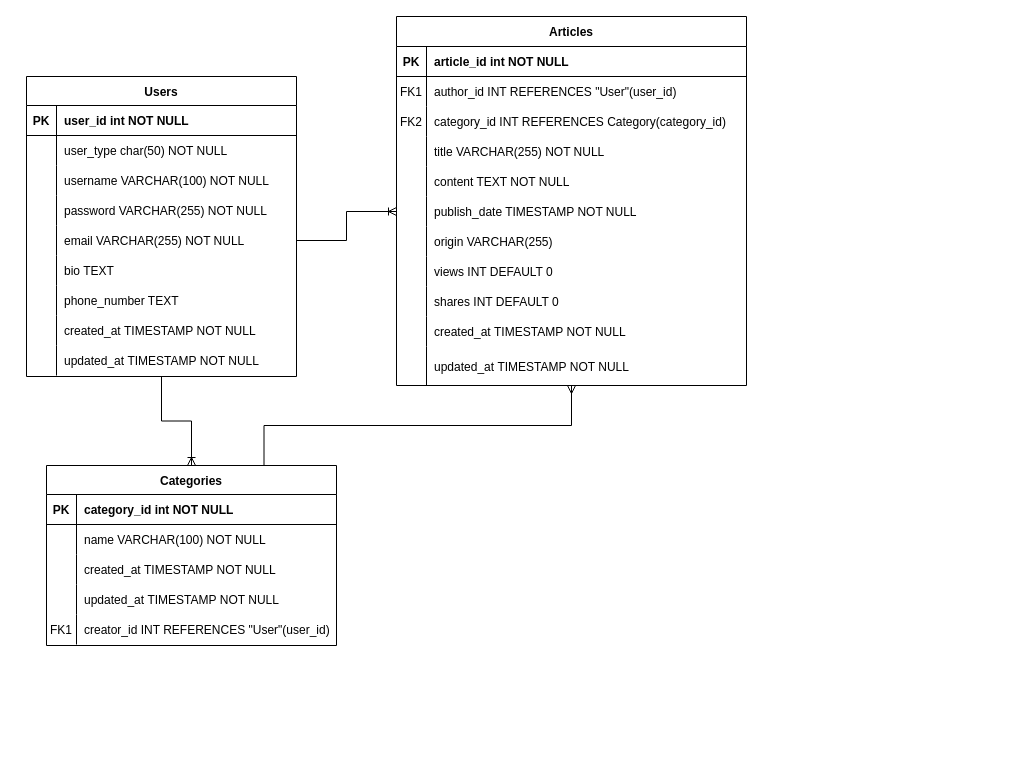
Before: mcd-blog.drawio in MaxR522/draw, a draw.io diagram. Source tidied: cells renumbered, new cells numbered last; positions are measured from the earlier drawing's top-left corner, leaving out a move shared by most shapes. Both pictures are drawn from the tidied source at 100%, with x=0, y=0 at pixel (26, 16).
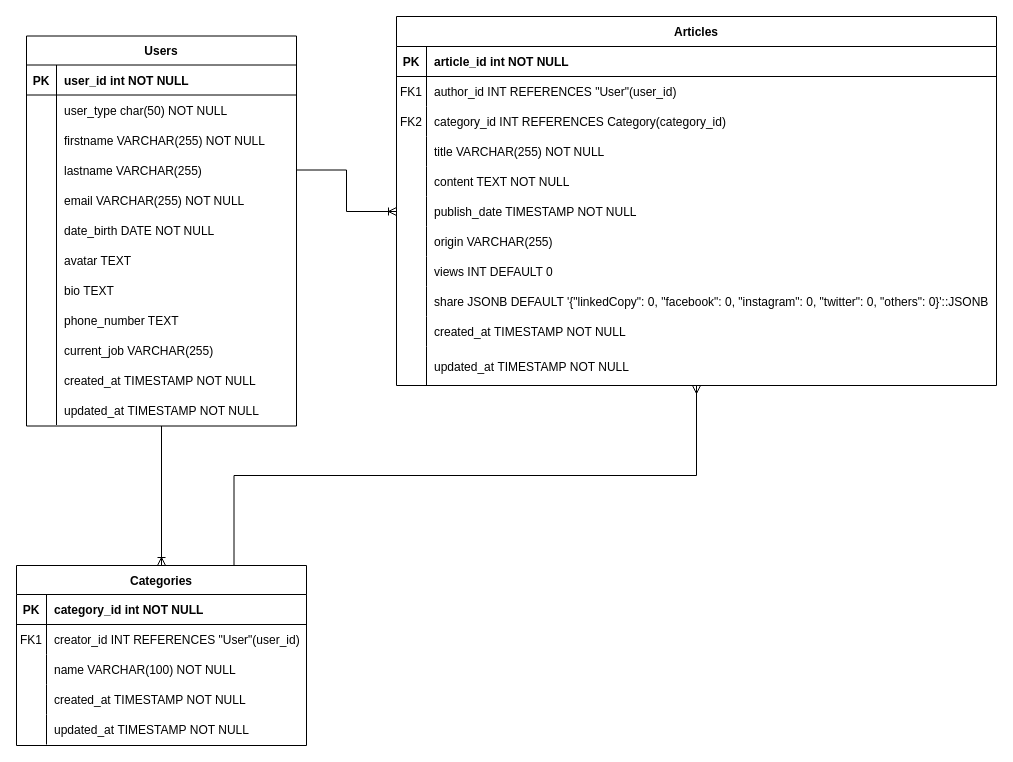
The same page after the edit.

Commit message:
improve entities column

The change refers to these unchanged cells:
```xml
<mxCell id="10" style="shape=partialRectangle;fillColor=none;top=0;left=0;right=0;bottom=0;" parent="3" vertex="1">
  <mxGeometry y="89" width="270" height="30" as="geometry" />
</mxCell>
```

The edit, as a diff of the source:
```diff
@@
     <mxCell id="3" value="Users" style="shape=table;startSize=29;childLayout=tableLayout;rowLines=0;fontStyle=1;align=center;resizeLastRow=0;" parent="1" vertex="1">
-      <mxGeometry y="60" width="270" height="300" as="geometry" />
+      <mxGeometry y="19.5" width="270" height="390" as="geometry" />
     </mxCell>
@@
-    <mxCell id="12" value="username VARCHAR(100) NOT NULL" style="shape=partialRectangle;overflow=hidden;fillColor=none;top=0;left=0;bottom=0;right=0;align=left;spacingLeft=6;" parent="10" vertex="1">
+    <mxCell id="12" value="firstname VARCHAR(255) NOT NULL" style="shape=partialRectangle;overflow=hidden;fillColor=none;top=0;left=0;bottom=0;right=0;align=left;spacingLeft=6;" parent="10" vertex="1">
       <mxGeometry x="30" width="240" height="30" as="geometry" />
     </mxCell>
-    <mxCell id="13" style="shape=partialRectangle;fillColor=none;top=0;left=0;right=0;bottom=0;" parent="3" vertex="1">
-      <mxGeometry y="119" width="270" height="30" as="geometry" />
-    </mxCell>
-    <mxCell id="14" style="shape=partialRectangle;overflow=hidden;fillColor=none;top=0;left=0;bottom=0;right=0;" parent="13" vertex="1">
-      <mxGeometry width="30" height="30" as="geometry" />
-    </mxCell>
-    <mxCell id="15" value="password VARCHAR(255) NOT NULL" style="shape=partialRectangle;overflow=hidden;fillColor=none;top=0;left=0;bottom=0;right=0;align=left;spacingLeft=6;" parent="13" vertex="1">
-      <mxGeometry x="30" width="240" height="30" as="geometry" />
-    </mxCell>
     <mxCell id="16" style="shape=partialRectangle;fillColor=none;points=[[0,0.5],[1,0.5]];portConstraint=eastwest;top=0;left=0;right=0;bottom=0;" parent="3" vertex="1">
-      <mxGeometry y="149" width="270" height="30" as="geometry" />
+      <mxGeometry y="119" width="270" height="30" as="geometry" />
     </mxCell>
@@
-    <mxCell id="18" value="email VARCHAR(255) NOT NULL" style="shape=partialRectangle;overflow=hidden;fillColor=none;top=0;left=0;bottom=0;right=0;align=left;spacingLeft=6;" parent="16" vertex="1">
+    <mxCell id="18" value="lastname VARCHAR(255)" style="shape=partialRectangle;overflow=hidden;fillColor=none;top=0;left=0;bottom=0;right=0;align=left;spacingLeft=6;" parent="16" vertex="1">
       <mxGeometry x="30" width="240" height="30" as="geometry" />
     </mxCell>
+    <mxCell id="83" style="shape=partialRectangle;fillColor=none;top=0;left=0;right=0;bottom=0;" parent="3" vertex="1">
+      <mxGeometry y="149" width="270" height="30" as="geometry" />
+    </mxCell>
+    <mxCell id="84" style="shape=partialRectangle;overflow=hidden;fillColor=none;top=0;left=0;bottom=0;right=0;" parent="83" vertex="1">
+      <mxGeometry width="30" height="30" as="geometry" />
+    </mxCell>
+    <mxCell id="85" value="email VARCHAR(255) NOT NULL" style="shape=partialRectangle;overflow=hidden;fillColor=none;top=0;left=0;bottom=0;right=0;align=left;spacingLeft=6;" parent="83" vertex="1">
+      <mxGeometry x="30" width="240" height="30" as="geometry" />
+    </mxCell>
+    <mxCell id="86" style="shape=partialRectangle;fillColor=none;top=0;left=0;right=0;bottom=0;" parent="3" vertex="1">
+      <mxGeometry y="179" width="270" height="30" as="geometry" />
+    </mxCell>
+    <mxCell id="87" style="shape=partialRectangle;overflow=hidden;fillColor=none;top=0;left=0;bottom=0;right=0;" parent="86" vertex="1">
+      <mxGeometry width="30" height="30" as="geometry" />
+    </mxCell>
+    <mxCell id="88" value="date_birth DATE NOT NULL" style="shape=partialRectangle;overflow=hidden;fillColor=none;top=0;left=0;bottom=0;right=0;align=left;spacingLeft=6;" parent="86" vertex="1">
+      <mxGeometry x="30" width="240" height="30" as="geometry" />
+    </mxCell>
+    <mxCell id="89" style="shape=partialRectangle;fillColor=none;top=0;left=0;right=0;bottom=0;" parent="3" vertex="1">
+      <mxGeometry y="209" width="270" height="30" as="geometry" />
+    </mxCell>
+    <mxCell id="90" style="shape=partialRectangle;overflow=hidden;fillColor=none;top=0;left=0;bottom=0;right=0;" parent="89" vertex="1">
+      <mxGeometry width="30" height="30" as="geometry" />
+    </mxCell>
+    <mxCell id="91" value="avatar TEXT" style="shape=partialRectangle;overflow=hidden;fillColor=none;top=0;left=0;bottom=0;right=0;align=left;spacingLeft=6;" parent="89" vertex="1">
+      <mxGeometry x="30" width="240" height="30" as="geometry" />
+    </mxCell>
     <mxCell id="19" style="shape=partialRectangle;fillColor=none;top=0;left=0;right=0;bottom=0;" parent="3" vertex="1">
-      <mxGeometry y="179" width="270" height="30" as="geometry" />
+      <mxGeometry y="239" width="270" height="30" as="geometry" />
     </mxCell>
@@
     <mxCell id="22" style="shape=partialRectangle;fillColor=none;top=0;left=0;right=0;bottom=0;" parent="3" vertex="1">
-      <mxGeometry y="209" width="270" height="30" as="geometry" />
+      <mxGeometry y="269" width="270" height="30" as="geometry" />
     </mxCell>
@@
+    <mxCell id="92" style="shape=partialRectangle;fillColor=none;top=0;left=0;right=0;bottom=0;" parent="3" vertex="1">
+      <mxGeometry y="299" width="270" height="30" as="geometry" />
+    </mxCell>
+    <mxCell id="93" style="shape=partialRectangle;overflow=hidden;fillColor=none;top=0;left=0;bottom=0;right=0;" parent="92" vertex="1">
+      <mxGeometry width="30" height="30" as="geometry" />
+    </mxCell>
+    <mxCell id="94" value="current_job VARCHAR(255)" style="shape=partialRectangle;overflow=hidden;fillColor=none;top=0;left=0;bottom=0;right=0;align=left;spacingLeft=6;" parent="92" vertex="1">
+      <mxGeometry x="30" width="240" height="30" as="geometry" />
+    </mxCell>
     <mxCell id="25" style="shape=partialRectangle;fillColor=none;top=0;left=0;right=0;bottom=0;" parent="3" vertex="1">
-      <mxGeometry y="239" width="270" height="30" as="geometry" />
+      <mxGeometry y="329" width="270" height="30" as="geometry" />
     </mxCell>
@@
     <mxCell id="28" style="shape=partialRectangle;fillColor=none;top=0;left=0;right=0;bottom=0;" parent="3" vertex="1">
-      <mxGeometry y="269" width="270" height="30" as="geometry" />
+      <mxGeometry y="359" width="270" height="30" as="geometry" />
     </mxCell>
@@
     <mxCell id="31" value="Articles" style="shape=table;startSize=30;childLayout=tableLayout;rowLines=0;fontStyle=1;align=center;" parent="1" vertex="1">
-      <mxGeometry x="370" width="350" height="369" as="geometry" />
+      <mxGeometry x="370" width="600" height="369" as="geometry" />
     </mxCell>
     <mxCell id="32" style="shape=partialRectangle;fillColor=none;top=0;left=0;right=0;bottom=1;" parent="31" vertex="1">
-      <mxGeometry y="30" width="350" height="30" as="geometry" />
+      <mxGeometry y="30" width="600" height="30" as="geometry" />
     </mxCell>
@@
     <mxCell id="34" value="article_id int NOT NULL " style="shape=partialRectangle;overflow=hidden;fillColor=none;top=0;left=0;bottom=0;right=0;align=left;spacingLeft=6;fontStyle=1;" parent="32" vertex="1">
-      <mxGeometry x="30" width="320" height="30" as="geometry" />
+      <mxGeometry x="30" width="570" height="30" as="geometry" />
     </mxCell>
     <mxCell id="35" style="shape=partialRectangle;fillColor=none;top=0;left=0;right=0;bottom=0;" parent="31" vertex="1">
-      <mxGeometry y="60" width="350" height="30" as="geometry" />
+      <mxGeometry y="60" width="600" height="30" as="geometry" />
     </mxCell>
@@
     <mxCell id="37" value="author_id INT REFERENCES &quot;User&quot;(user_id)" style="shape=partialRectangle;overflow=hidden;fillColor=none;top=0;left=0;bottom=0;right=0;align=left;spacingLeft=6;" parent="35" vertex="1">
-      <mxGeometry x="30" width="320" height="30" as="geometry" />
+      <mxGeometry x="30" width="570" height="30" as="geometry" />
     </mxCell>
     <mxCell id="38" style="shape=partialRectangle;fillColor=none;top=0;left=0;right=0;bottom=0;" parent="31" vertex="1">
-      <mxGeometry y="90" width="350" height="30" as="geometry" />
+      <mxGeometry y="90" width="600" height="30" as="geometry" />
     </mxCell>
@@
     <mxCell id="40" value="category_id INT REFERENCES Category(category_id)" style="shape=partialRectangle;overflow=hidden;fillColor=none;top=0;left=0;bottom=0;right=0;align=left;spacingLeft=6;" parent="38" vertex="1">
-      <mxGeometry x="30" width="320" height="30" as="geometry" />
+      <mxGeometry x="30" width="570" height="30" as="geometry" />
     </mxCell>
     <mxCell id="41" style="shape=partialRectangle;fillColor=none;top=0;left=0;right=0;bottom=0;" parent="31" vertex="1">
-      <mxGeometry y="120" width="350" height="30" as="geometry" />
+      <mxGeometry y="120" width="600" height="30" as="geometry" />
     </mxCell>
@@
     <mxCell id="43" value="title VARCHAR(255) NOT NULL" style="shape=partialRectangle;overflow=hidden;fillColor=none;top=0;left=0;bottom=0;right=0;align=left;spacingLeft=6;" parent="41" vertex="1">
-      <mxGeometry x="30" width="320" height="30" as="geometry" />
+      <mxGeometry x="30" width="570" height="30" as="geometry" />
     </mxCell>
     <mxCell id="44" style="shape=partialRectangle;fillColor=none;top=0;left=0;right=0;bottom=0;" parent="31" vertex="1">
-      <mxGeometry y="150" width="350" height="30" as="geometry" />
+      <mxGeometry y="150" width="600" height="30" as="geometry" />
     </mxCell>
@@
     <mxCell id="46" value="content TEXT NOT NULL" style="shape=partialRectangle;overflow=hidden;fillColor=none;top=0;left=0;bottom=0;right=0;align=left;spacingLeft=6;" parent="44" vertex="1">
-      <mxGeometry x="30" width="320" height="30" as="geometry" />
+      <mxGeometry x="30" width="570" height="30" as="geometry" />
     </mxCell>
     <mxCell id="47" style="shape=partialRectangle;fillColor=none;points=[[0,0.5],[1,0.5]];portConstraint=eastwest;top=0;left=0;right=0;bottom=0;" parent="31" vertex="1">
-      <mxGeometry y="180" width="350" height="30" as="geometry" />
+      <mxGeometry y="180" width="600" height="30" as="geometry" />
     </mxCell>
@@
     <mxCell id="49" value="publish_date TIMESTAMP NOT NULL" style="shape=partialRectangle;overflow=hidden;fillColor=none;top=0;left=0;bottom=0;right=0;align=left;spacingLeft=6;" parent="47" vertex="1">
-      <mxGeometry x="30" width="320" height="30" as="geometry" />
+      <mxGeometry x="30" width="570" height="30" as="geometry" />
     </mxCell>
     <mxCell id="50" style="shape=partialRectangle;fillColor=none;top=0;left=0;right=0;bottom=0;" parent="31" vertex="1">
-      <mxGeometry y="210" width="350" height="30" as="geometry" />
+      <mxGeometry y="210" width="600" height="30" as="geometry" />
     </mxCell>
@@
     <mxCell id="52" value="origin VARCHAR(255)" style="shape=partialRectangle;overflow=hidden;fillColor=none;top=0;left=0;bottom=0;right=0;align=left;spacingLeft=6;" parent="50" vertex="1">
-      <mxGeometry x="30" width="320" height="30" as="geometry" />
+      <mxGeometry x="30" width="570" height="30" as="geometry" />
     </mxCell>
     <mxCell id="53" style="shape=partialRectangle;fillColor=none;top=0;left=0;right=0;bottom=0;" parent="31" vertex="1">
-      <mxGeometry y="240" width="350" height="30" as="geometry" />
+      <mxGeometry y="240" width="600" height="30" as="geometry" />
     </mxCell>
@@
     <mxCell id="55" value="views INT DEFAULT 0" style="shape=partialRectangle;overflow=hidden;fillColor=none;top=0;left=0;bottom=0;right=0;align=left;spacingLeft=6;" parent="53" vertex="1">
-      <mxGeometry x="30" width="320" height="30" as="geometry" />
+      <mxGeometry x="30" width="570" height="30" as="geometry" />
     </mxCell>
     <mxCell id="56" style="shape=partialRectangle;fillColor=none;top=0;left=0;right=0;bottom=0;" parent="31" vertex="1">
-      <mxGeometry y="270" width="350" height="30" as="geometry" />
+      <mxGeometry y="270" width="600" height="30" as="geometry" />
     </mxCell>
@@
-    <mxCell id="58" value="shares INT DEFAULT 0" style="shape=partialRectangle;overflow=hidden;fillColor=none;top=0;left=0;bottom=0;right=0;align=left;spacingLeft=6;" parent="56" vertex="1">
-      <mxGeometry x="30" width="320" height="30" as="geometry" />
+    <mxCell id="58" value="share JSONB DEFAULT '{&quot;linkedCopy&quot;: 0, &quot;facebook&quot;: 0, &quot;instagram&quot;: 0, &quot;twitter&quot;: 0, &quot;others&quot;: 0}'::JSONB" style="shape=partialRectangle;overflow=hidden;fillColor=none;top=0;left=0;bottom=0;right=0;align=left;spacingLeft=6;" parent="56" vertex="1">
+      <mxGeometry x="30" width="570" height="30" as="geometry" />
     </mxCell>
     <mxCell id="59" style="shape=partialRectangle;fillColor=none;top=0;left=0;right=0;bottom=0;" parent="31" vertex="1">
-      <mxGeometry y="300" width="350" height="30" as="geometry" />
+      <mxGeometry y="300" width="600" height="30" as="geometry" />
     </mxCell>
@@
     <mxCell id="61" value="created_at TIMESTAMP NOT NULL" style="shape=partialRectangle;overflow=hidden;fillColor=none;top=0;left=0;bottom=0;right=0;align=left;spacingLeft=6;" parent="59" vertex="1">
-      <mxGeometry x="30" width="320" height="30" as="geometry" />
+      <mxGeometry x="30" width="570" height="30" as="geometry" />
     </mxCell>
     <mxCell id="62" style="shape=partialRectangle;fillColor=none;top=0;left=0;right=0;bottom=0;" parent="31" vertex="1">
-      <mxGeometry y="330" width="350" height="39" as="geometry" />
+      <mxGeometry y="330" width="600" height="39" as="geometry" />
     </mxCell>
@@
     <mxCell id="64" value="updated_at TIMESTAMP NOT NULL" style="shape=partialRectangle;overflow=hidden;fillColor=none;top=0;left=0;bottom=0;right=0;align=left;spacingLeft=6;" parent="62" vertex="1">
-      <mxGeometry x="30" width="320" height="39" as="geometry" />
+      <mxGeometry x="30" width="570" height="39" as="geometry" />
     </mxCell>
@@
     <mxCell id="66" value="Categories" style="shape=table;startSize=29;childLayout=tableLayout;rowLines=0;fontStyle=1;align=center;resizeLastRow=0;" parent="1" vertex="1">
-      <mxGeometry x="20" y="449" width="290" height="180" as="geometry" />
+      <mxGeometry x="-10" y="549" width="290" height="180" as="geometry" />
     </mxCell>
@@
+    <mxCell id="79" style="shape=partialRectangle;fillColor=none;top=0;left=0;right=0;bottom=0;" parent="66" vertex="1">
+      <mxGeometry y="59" width="290" height="30" as="geometry" />
+    </mxCell>
+    <mxCell id="80" value="FK1" style="shape=partialRectangle;overflow=hidden;fillColor=none;top=0;left=0;bottom=0;right=0;" parent="79" vertex="1">
+      <mxGeometry width="30" height="30" as="geometry" />
+    </mxCell>
+    <mxCell id="81" value="creator_id INT REFERENCES &quot;User&quot;(user_id)" style="shape=partialRectangle;overflow=hidden;fillColor=none;top=0;left=0;bottom=0;right=0;align=left;spacingLeft=6;" parent="79" vertex="1">
+      <mxGeometry x="30" width="260" height="30" as="geometry" />
+    </mxCell>
     <mxCell id="70" style="shape=partialRectangle;fillColor=none;top=0;left=0;right=0;bottom=0;" parent="66" vertex="1">
-      <mxGeometry y="59" width="290" height="30" as="geometry" />
+      <mxGeometry y="89" width="290" height="30" as="geometry" />
     </mxCell>
@@
     <mxCell id="73" style="shape=partialRectangle;fillColor=none;top=0;left=0;right=0;bottom=0;" parent="66" vertex="1">
-      <mxGeometry y="89" width="290" height="30" as="geometry" />
+      <mxGeometry y="119" width="290" height="30" as="geometry" />
     </mxCell>
@@
     <mxCell id="76" style="shape=partialRectangle;fillColor=none;top=0;left=0;right=0;bottom=0;" parent="66" vertex="1">
-      <mxGeometry y="119" width="290" height="30" as="geometry" />
+      <mxGeometry y="149" width="290" height="30" as="geometry" />
     </mxCell>
@@
-    <mxCell id="79" style="shape=partialRectangle;fillColor=none;top=0;left=0;right=0;bottom=0;" parent="66" vertex="1">
-      <mxGeometry y="149" width="290" height="30" as="geometry" />
-    </mxCell>
-    <mxCell id="80" value="FK1" style="shape=partialRectangle;overflow=hidden;fillColor=none;top=0;left=0;bottom=0;right=0;" parent="79" vertex="1">
-      <mxGeometry width="30" height="30" as="geometry" />
-    </mxCell>
-    <mxCell id="81" value="creator_id INT REFERENCES &quot;User&quot;(user_id)" style="shape=partialRectangle;overflow=hidden;fillColor=none;top=0;left=0;bottom=0;right=0;align=left;spacingLeft=6;" parent="79" vertex="1">
-      <mxGeometry x="30" width="260" height="30" as="geometry" />
-    </mxCell>
```
